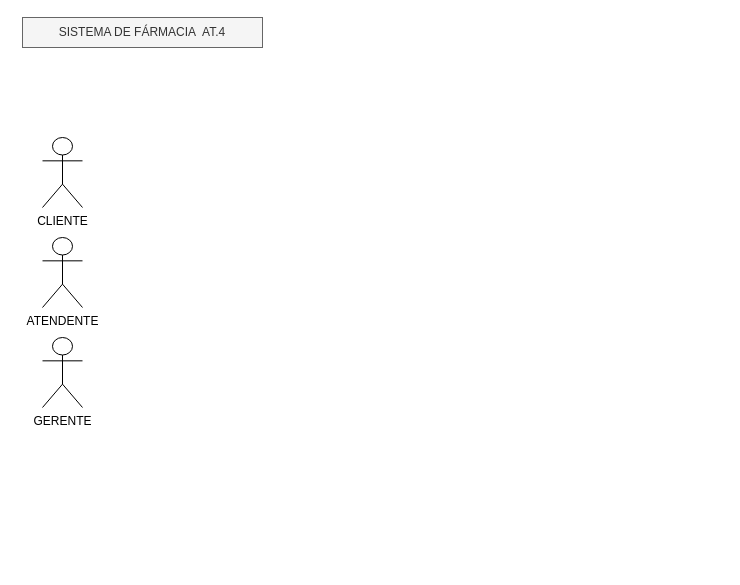
The draw.io diagram page "at.4 SDF" (7 of 7) of Diagrama sem nome.drawio in iisabelleandrade/diagramasderequisitos, before the edit. Source tidied: cells renumbered, new cells numbered last; positions are measured from the earlier drawing's top-left corner, leaving out a move shared by most shapes. Both pictures are drawn from the tidied source at 100%, with x=0, y=0 at pixel (22, 17).
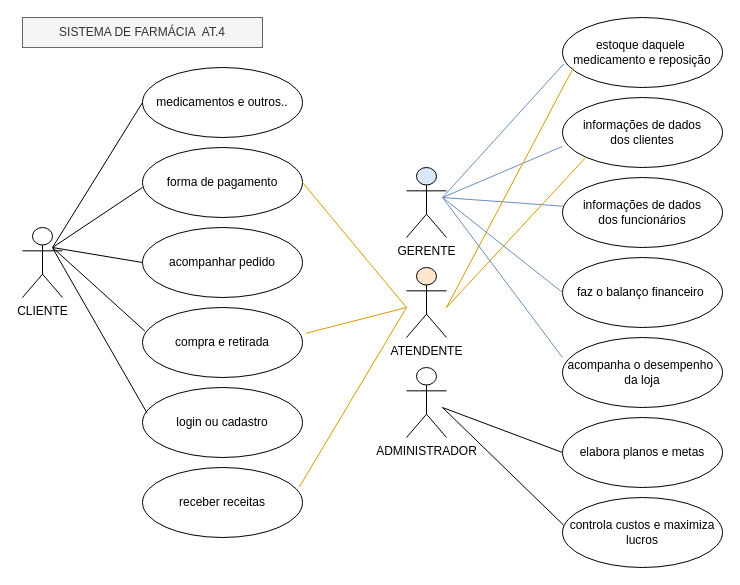
After the change.

The edit, as a diff of the source:
```diff
@@
-    <mxCell id="2" value="SISTEMA DE FÁRMACIA&amp;nbsp; AT.4" style="rounded=0;whiteSpace=wrap;html=1;fillColor=#f5f5f5;fontColor=#333333;strokeColor=#666666;" parent="1" vertex="1">
+    <mxCell id="2" value="SISTEMA DE FARMÁCIA&amp;nbsp; AT.4" style="rounded=0;whiteSpace=wrap;html=1;fillColor=#f5f5f5;fontColor=#333333;strokeColor=#666666;" parent="1" vertex="1">
       <mxGeometry width="240" height="30" as="geometry" />
     </mxCell>
-    <mxCell id="3" value="ATENDENTE" style="shape=umlActor;verticalLabelPosition=bottom;verticalAlign=top;html=1;" parent="1" vertex="1">
-      <mxGeometry x="20" y="220" width="40" height="70" as="geometry" />
+    <mxCell id="3" value="ATENDENTE" style="shape=umlActor;verticalLabelPosition=bottom;verticalAlign=top;html=1;fillColor=#ffe6cc;strokeColor=default;" parent="1" vertex="1">
+      <mxGeometry x="384" y="250" width="40" height="70" as="geometry" />
     </mxCell>
     <mxCell id="4" value="CLIENTE" style="shape=umlActor;verticalLabelPosition=bottom;verticalAlign=top;html=1;outlineConnect=0;" parent="1" vertex="1">
-      <mxGeometry x="20" y="120" width="40" height="70" as="geometry" />
+      <mxGeometry y="210" width="40" height="70" as="geometry" />
     </mxCell>
-    <mxCell id="5" value="GERENTE" style="shape=umlActor;verticalLabelPosition=bottom;verticalAlign=top;html=1;" parent="1" vertex="1">
-      <mxGeometry x="20" y="320" width="40" height="70" as="geometry" />
+    <mxCell id="5" value="ADMINISTRADOR" style="shape=umlActor;verticalLabelPosition=bottom;verticalAlign=top;html=1;" parent="1" vertex="1">
+      <mxGeometry x="384" y="350" width="40" height="70" as="geometry" />
     </mxCell>
+    <mxCell id="6" value="medicamentos e outros.." style="ellipse;whiteSpace=wrap;html=1;" parent="1" vertex="1">
+      <mxGeometry x="120" y="50" width="160" height="70" as="geometry" />
+    </mxCell>
+    <mxCell id="7" value="forma de pagamento" style="ellipse;whiteSpace=wrap;html=1;" parent="1" vertex="1">
+      <mxGeometry x="120" y="130" width="160" height="70" as="geometry" />
+    </mxCell>
+    <mxCell id="8" value="estoque daquele&amp;nbsp;&lt;div&gt;medicamento e reposição&lt;/div&gt;" style="ellipse;whiteSpace=wrap;html=1;" parent="1" vertex="1">
+      <mxGeometry x="540" width="160" height="70" as="geometry" />
+    </mxCell>
+    <mxCell id="9" value="acompanhar pedido" style="ellipse;whiteSpace=wrap;html=1;" parent="1" vertex="1">
+      <mxGeometry x="120" y="210" width="160" height="70" as="geometry" />
+    </mxCell>
+    <mxCell id="10" value="compra e retirada" style="ellipse;whiteSpace=wrap;html=1;" parent="1" vertex="1">
+      <mxGeometry x="120" y="290" width="160" height="70" as="geometry" />
+    </mxCell>
+    <mxCell id="11" value="informações de dados&lt;div&gt;dos clientes&lt;/div&gt;" style="ellipse;whiteSpace=wrap;html=1;" parent="1" vertex="1">
+      <mxGeometry x="540" y="80" width="160" height="70" as="geometry" />
+    </mxCell>
+    <mxCell id="12" value="informações de dados&lt;div&gt;dos funcionários&lt;/div&gt;" style="ellipse;whiteSpace=wrap;html=1;" parent="1" vertex="1">
+      <mxGeometry x="540" y="160" width="160" height="70" as="geometry" />
+    </mxCell>
+    <mxCell id="13" value="GERENTE" style="shape=umlActor;verticalLabelPosition=bottom;verticalAlign=top;html=1;fillColor=#dae8fc;strokeColor=default;" parent="1" vertex="1">
+      <mxGeometry x="384" y="150" width="40" height="70" as="geometry" />
+    </mxCell>
+    <mxCell id="14" value="login ou cadastro" style="ellipse;whiteSpace=wrap;html=1;" parent="1" vertex="1">
+      <mxGeometry x="120" y="370" width="160" height="70" as="geometry" />
+    </mxCell>
+    <mxCell id="15" style="endArrow=none;html=1;rounded=0;entryX=0;entryY=0.5;entryDx=0;entryDy=0;" parent="1" edge="1" target="6">
+      <mxGeometry relative="1" as="geometry">
+        <mxPoint x="30" y="230" as="sourcePoint" />
+      </mxGeometry>
+    </mxCell>
+    <mxCell id="16" style="endArrow=none;html=1;rounded=0;exitX=0.029;exitY=0.367;exitDx=0;exitDy=0;exitPerimeter=0;entryX=0.756;entryY=0.297;entryDx=0;entryDy=0;entryPerimeter=0;" parent="1" edge="1" source="14" target="4">
+      <mxGeometry relative="1" as="geometry" />
+    </mxCell>
+    <mxCell id="17" style="endArrow=none;html=1;rounded=0;exitX=0.015;exitY=0.337;exitDx=0;exitDy=0;exitPerimeter=0;" parent="1" edge="1" source="10">
+      <mxGeometry relative="1" as="geometry">
+        <mxPoint x="30" y="230" as="targetPoint" />
+      </mxGeometry>
+    </mxCell>
+    <mxCell id="18" style="endArrow=none;html=1;rounded=0;entryX=0;entryY=0.5;entryDx=0;entryDy=0;" parent="1" edge="1" target="9">
+      <mxGeometry relative="1" as="geometry">
+        <mxPoint x="30" y="230" as="sourcePoint" />
+      </mxGeometry>
+    </mxCell>
+    <mxCell id="19" style="endArrow=none;html=1;rounded=0;entryX=0;entryY=0.571;entryDx=0;entryDy=0;entryPerimeter=0;" parent="1" edge="1" target="7">
+      <mxGeometry relative="1" as="geometry">
+        <mxPoint x="30" y="230" as="sourcePoint" />
+      </mxGeometry>
+    </mxCell>
+    <mxCell id="20" style="endArrow=none;html=1;rounded=0;entryX=0.002;entryY=0.41;entryDx=0;entryDy=0;entryPerimeter=0;fillColor=#dae8fc;strokeColor=#6c8ebf;" parent="1" edge="1" target="12">
+      <mxGeometry relative="1" as="geometry">
+        <mxPoint x="420" y="180" as="sourcePoint" />
+      </mxGeometry>
+    </mxCell>
+    <mxCell id="21" style="endArrow=none;html=1;rounded=0;entryX=-0.003;entryY=0.702;entryDx=0;entryDy=0;entryPerimeter=0;fillColor=#dae8fc;strokeColor=#6c8ebf;" parent="1" edge="1" target="11">
+      <mxGeometry relative="1" as="geometry">
+        <mxPoint x="420" y="180" as="sourcePoint" />
+      </mxGeometry>
+    </mxCell>
+    <mxCell id="22" style="endArrow=none;html=1;rounded=0;entryX=0.008;entryY=0.663;entryDx=0;entryDy=0;entryPerimeter=0;fillColor=#dae8fc;strokeColor=#6c8ebf;" parent="1" edge="1" target="8">
+      <mxGeometry relative="1" as="geometry">
+        <mxPoint x="420" y="180" as="sourcePoint" />
+      </mxGeometry>
+    </mxCell>
+    <mxCell id="23" style="endArrow=none;html=1;rounded=0;entryX=0;entryY=1;entryDx=0;entryDy=0;fillColor=#ffe6cc;strokeColor=#d79b00;" parent="1" edge="1" target="11">
+      <mxGeometry relative="1" as="geometry">
+        <mxPoint x="424" y="290" as="sourcePoint" />
+      </mxGeometry>
+    </mxCell>
+    <mxCell id="24" style="endArrow=none;html=1;rounded=0;exitX=1.022;exitY=0.368;exitDx=0;exitDy=0;exitPerimeter=0;fillColor=#ffe6cc;strokeColor=#d79b00;" parent="1" edge="1" source="10">
+      <mxGeometry relative="1" as="geometry">
+        <mxPoint x="384" y="290" as="targetPoint" />
+      </mxGeometry>
+    </mxCell>
+    <mxCell id="25" style="endArrow=none;html=1;rounded=0;entryX=0.069;entryY=0.714;entryDx=0;entryDy=0;entryPerimeter=0;fillColor=#ffe6cc;strokeColor=#d79b00;" parent="1" edge="1" target="8">
+      <mxGeometry relative="1" as="geometry">
+        <mxPoint x="424" y="290" as="sourcePoint" />
+      </mxGeometry>
+    </mxCell>
+    <mxCell id="26" style="endArrow=none;html=1;rounded=0;entryX=1;entryY=0.5;entryDx=0;entryDy=0;fillColor=#ffe6cc;strokeColor=#d79b00;" parent="1" edge="1" target="7">
+      <mxGeometry relative="1" as="geometry">
+        <mxPoint x="384" y="290" as="sourcePoint" />
+      </mxGeometry>
+    </mxCell>
+    <mxCell id="27" value="faz o balanço financeiro&amp;nbsp;" style="ellipse;whiteSpace=wrap;html=1;" parent="1" vertex="1">
+      <mxGeometry x="540" y="240" width="160" height="70" as="geometry" />
+    </mxCell>
+    <mxCell id="28" value="acompanha o desempenho&amp;nbsp;&lt;div&gt;da loja&lt;/div&gt;" style="ellipse;whiteSpace=wrap;html=1;" parent="1" vertex="1">
+      <mxGeometry x="540" y="320" width="160" height="70" as="geometry" />
+    </mxCell>
+    <mxCell id="29" style="endArrow=none;html=1;rounded=0;entryX=0;entryY=0.286;entryDx=0;entryDy=0;entryPerimeter=0;fillColor=#dae8fc;strokeColor=#6c8ebf;" parent="1" edge="1" target="28">
+      <mxGeometry relative="1" as="geometry">
+        <mxPoint x="420" y="180" as="sourcePoint" />
+      </mxGeometry>
+    </mxCell>
+    <mxCell id="30" style="endArrow=none;html=1;rounded=0;entryX=0;entryY=0.5;entryDx=0;entryDy=0;fillColor=#dae8fc;strokeColor=#6c8ebf;" parent="1" edge="1" target="27">
+      <mxGeometry relative="1" as="geometry">
+        <mxPoint x="420" y="180" as="sourcePoint" />
+      </mxGeometry>
+    </mxCell>
+    <mxCell id="31" value="controla custos e maximiza lucros" style="ellipse;whiteSpace=wrap;html=1;" parent="1" vertex="1">
+      <mxGeometry x="540" y="480" width="160" height="70" as="geometry" />
+    </mxCell>
+    <mxCell id="32" style="endArrow=none;html=1;rounded=0;entryX=0;entryY=0.5;entryDx=0;entryDy=0;" parent="1" edge="1" target="33">
+      <mxGeometry relative="1" as="geometry">
+        <mxPoint x="420" y="390" as="sourcePoint" />
+      </mxGeometry>
+    </mxCell>
+    <mxCell id="33" value="elabora planos e metas" style="ellipse;whiteSpace=wrap;html=1;" parent="1" vertex="1">
+      <mxGeometry x="540" y="400" width="160" height="70" as="geometry" />
+    </mxCell>
+    <mxCell id="34" style="endArrow=none;html=1;rounded=0;entryX=0.008;entryY=0.397;entryDx=0;entryDy=0;entryPerimeter=0;" parent="1" edge="1" target="31">
+      <mxGeometry relative="1" as="geometry">
+        <mxPoint x="420" y="390" as="sourcePoint" />
+      </mxGeometry>
+    </mxCell>
+    <mxCell id="35" value="receber receitas" style="ellipse;whiteSpace=wrap;html=1;" parent="1" vertex="1">
+      <mxGeometry x="120" y="450" width="160" height="70" as="geometry" />
+    </mxCell>
+    <mxCell id="36" style="endArrow=none;html=1;rounded=0;exitX=0.98;exitY=0.28;exitDx=0;exitDy=0;exitPerimeter=0;fillColor=#ffe6cc;strokeColor=#d79b00;" parent="1" edge="1" source="35">
+      <mxGeometry relative="1" as="geometry">
+        <mxPoint x="384" y="290" as="targetPoint" />
+      </mxGeometry>
+    </mxCell>
```
